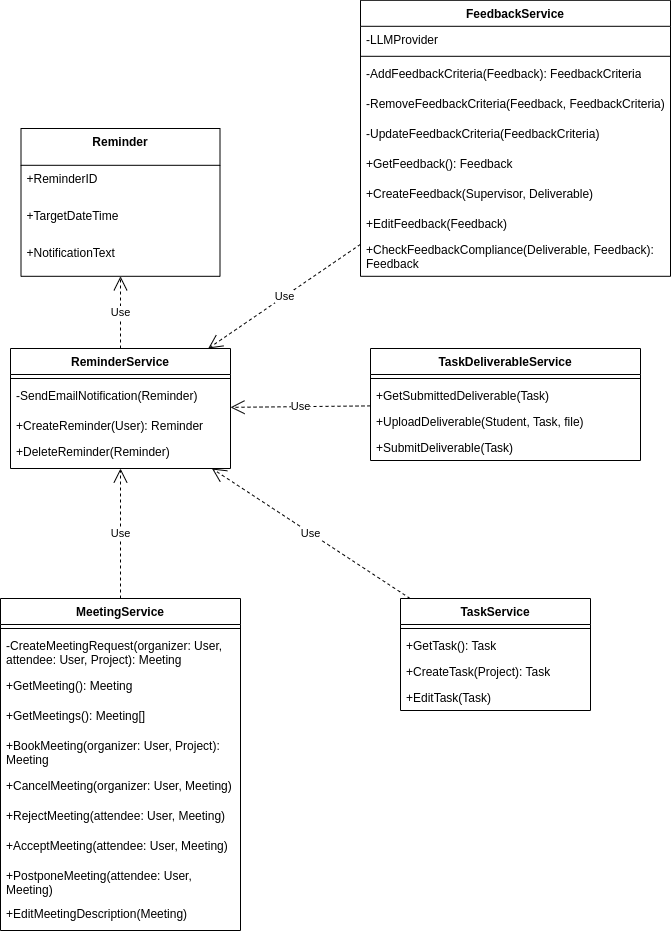
This is UML/Class Diagrams/images/ReminderService Class Diagram.drawio.png from Beginner50/Dissertation, a draw.io export, as it was before one commit. Source tidied: cells renumbered, new cells last; positions are measured from the earlier drawing's top-left corner, leaving out a move shared by most shapes.
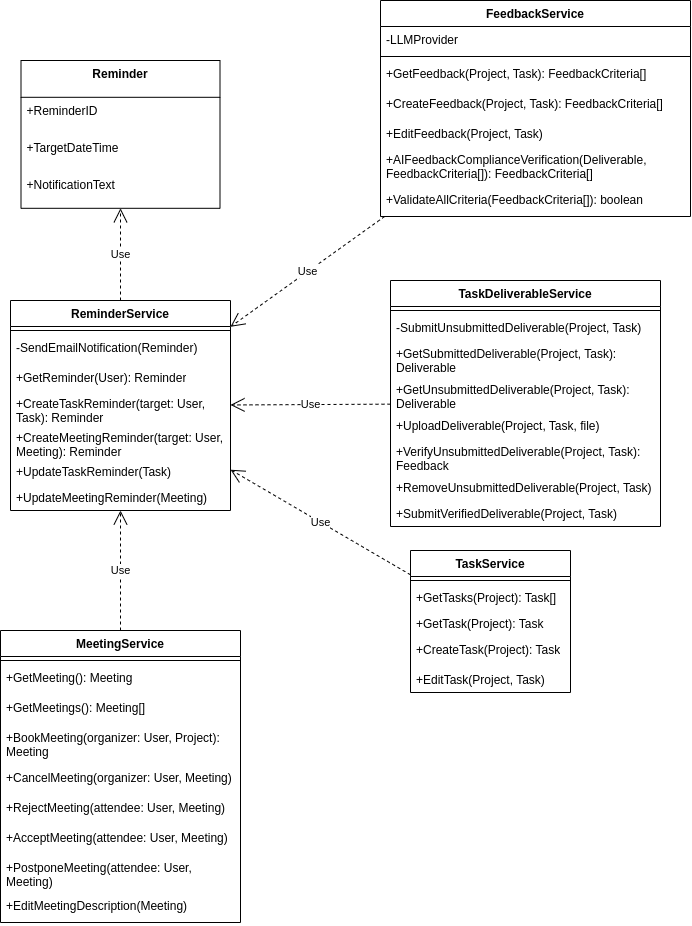
After the change.

The edit, as a diff of the source:
```diff
@@ -3,7 +3,7 @@
     <mxCell id="0" />
     <mxCell id="1" parent="0" />
     <mxCell id="2" value="Reminder" style="swimlane;fontStyle=1;align=center;verticalAlign=top;horizontal=1;startSize=36.8;" parent="1" vertex="1">
-      <mxGeometry x="20.5" y="128" width="199" height="147.8" as="geometry" />
+      <mxGeometry x="20.5" y="98" width="199" height="147.8" as="geometry" />
     </mxCell>
     <mxCell id="3" value="+ReminderID" style="text;strokeColor=none;fillColor=none;align=left;verticalAlign=top;spacingLeft=4;spacingRight=4;overflow=hidden;" parent="2" vertex="1">
       <mxGeometry y="36.8" width="199" height="37" as="geometry" />
@@ -15,7 +15,7 @@
       <mxGeometry y="110.8" width="199" height="37" as="geometry" />
     </mxCell>
     <mxCell id="6" value="ReminderService" style="swimlane;fontStyle=1;align=center;verticalAlign=top;horizontal=1;startSize=26;whiteSpace=wrap;html=1;" parent="1" vertex="1">
-      <mxGeometry x="10" y="348" width="220" height="120" as="geometry" />
+      <mxGeometry x="10" y="338" width="220" height="210" as="geometry" />
     </mxCell>
     <mxCell id="7" style="line;strokeWidth=1;fillColor=none;align=left;verticalAlign=middle;spacingTop=-1;spacingLeft=3;spacingRight=3;labelPosition=right;strokeColor=inherit;" parent="6" vertex="1">
       <mxGeometry y="26" width="220" height="8" as="geometry" />
@@ -23,119 +23,134 @@
     <mxCell id="8" value="-SendEmailNotification(Reminder)" style="text;strokeColor=none;fillColor=none;align=left;verticalAlign=top;spacingLeft=4;spacingRight=4;overflow=hidden;whiteSpace=wrap;html=1;" parent="6" vertex="1">
       <mxGeometry y="34" width="220" height="30" as="geometry" />
     </mxCell>
+    <mxCell id="47" value="+GetReminder(User): Reminder" style="text;strokeColor=none;fillColor=none;align=left;verticalAlign=top;spacingLeft=4;spacingRight=4;overflow=hidden;whiteSpace=wrap;html=1;" parent="6" vertex="1">
+      <mxGeometry y="64" width="220" height="26" as="geometry" />
+    </mxCell>
-    <mxCell id="9" value="+CreateReminder(User): Reminder" style="text;strokeColor=none;fillColor=none;align=left;verticalAlign=top;spacingLeft=4;spacingRight=4;overflow=hidden;whiteSpace=wrap;html=1;" parent="6" vertex="1">
-      <mxGeometry y="64" width="220" height="26" as="geometry" />
+    <mxCell id="9" value="+CreateTaskReminder(target: User, Task): Reminder" style="text;strokeColor=none;fillColor=none;align=left;verticalAlign=top;spacingLeft=4;spacingRight=4;overflow=hidden;whiteSpace=wrap;html=1;" parent="6" vertex="1">
+      <mxGeometry y="90" width="220" height="34" as="geometry" />
     </mxCell>
-    <mxCell id="10" value="+DeleteReminder(Reminder)" style="text;strokeColor=none;fillColor=none;align=left;verticalAlign=top;spacingLeft=4;spacingRight=4;overflow=hidden;whiteSpace=wrap;html=1;" parent="6" vertex="1">
-      <mxGeometry y="90" width="220" height="30" as="geometry" />
-    </mxCell>
+    <mxCell id="48" value="+CreateMeetingReminder(target: User, Meeting): Reminder" style="text;strokeColor=none;fillColor=none;align=left;verticalAlign=top;spacingLeft=4;spacingRight=4;overflow=hidden;whiteSpace=wrap;html=1;" parent="6" vertex="1">
+      <mxGeometry y="124" width="220" height="34" as="geometry" />
+    </mxCell>
+    <mxCell id="49" value="+UpdateTaskReminder(Task)" style="text;strokeColor=none;fillColor=none;align=left;verticalAlign=top;spacingLeft=4;spacingRight=4;overflow=hidden;whiteSpace=wrap;html=1;" parent="6" vertex="1">
+      <mxGeometry y="158" width="220" height="26" as="geometry" />
+    </mxCell>
+    <mxCell id="50" value="+UpdateMeetingReminder(Meeting)" style="text;strokeColor=none;fillColor=none;align=left;verticalAlign=top;spacingLeft=4;spacingRight=4;overflow=hidden;whiteSpace=wrap;html=1;" parent="6" vertex="1">
+      <mxGeometry y="184" width="220" height="26" as="geometry" />
+    </mxCell>
     <mxCell id="11" value="Use" style="endArrow=open;endSize=12;dashed=1;html=1;rounded=0;" parent="1" edge="1" source="6" target="2">
       <mxGeometry relative="1" as="geometry" />
     </mxCell>
     <mxCell id="12" value="Use" style="endArrow=open;endSize=12;dashed=1;html=1;rounded=0;" parent="1" edge="1" source="36" target="6">
       <mxGeometry relative="1" as="geometry" />
     </mxCell>
-    <mxCell id="13" value="TaskService" style="swimlane;fontStyle=1;align=center;verticalAlign=top;horizontal=1;startSize=26;whiteSpace=wrap;html=1;" parent="1" vertex="1">
-      <mxGeometry x="400" y="598" width="190" height="112" as="geometry" />
-    </mxCell>
-    <mxCell id="14" style="line;strokeWidth=1;fillColor=none;align=left;verticalAlign=middle;spacingTop=-1;spacingLeft=3;spacingRight=3;labelPosition=right;strokeColor=inherit;" parent="13" vertex="1">
-      <mxGeometry y="26" width="190" height="8" as="geometry" />
-    </mxCell>
-    <mxCell id="15" value="+GetTask(): Task" style="text;strokeColor=none;fillColor=none;align=left;verticalAlign=top;spacingLeft=4;spacingRight=4;overflow=hidden;whiteSpace=wrap;html=1;" parent="13" vertex="1">
-      <mxGeometry y="34" width="190" height="26" as="geometry" />
-    </mxCell>
-    <mxCell id="16" value="+CreateTask(Project): Task" style="text;strokeColor=none;fillColor=none;align=left;verticalAlign=top;spacingLeft=4;spacingRight=4;overflow=hidden;whiteSpace=wrap;html=1;" parent="13" vertex="1">
-      <mxGeometry y="60" width="190" height="26" as="geometry" />
-    </mxCell>
-    <mxCell id="17" value="+EditTask(Task)&amp;nbsp;" style="text;strokeColor=none;fillColor=none;align=left;verticalAlign=top;spacingLeft=4;spacingRight=4;overflow=hidden;whiteSpace=wrap;html=1;" parent="13" vertex="1">
-      <mxGeometry y="86" width="190" height="26" as="geometry" />
-    </mxCell>
     <mxCell id="18" value="Use" style="endArrow=open;endSize=12;dashed=1;html=1;rounded=0;" parent="1" edge="1" source="13" target="6">
       <mxGeometry relative="1" as="geometry" />
     </mxCell>
-    <mxCell id="19" value="TaskDeliverableService" style="swimlane;fontStyle=1;align=center;verticalAlign=top;horizontal=1;startSize=26;whiteSpace=wrap;html=1;" parent="1" vertex="1">
-      <mxGeometry x="370" y="348" width="270" height="112" as="geometry" />
-    </mxCell>
-    <mxCell id="20" style="line;strokeWidth=1;fillColor=none;align=left;verticalAlign=middle;spacingTop=-1;spacingLeft=3;spacingRight=3;labelPosition=right;strokeColor=inherit;" parent="19" vertex="1">
-      <mxGeometry y="26" width="270" height="8" as="geometry" />
-    </mxCell>
-    <mxCell id="21" value="+GetSubmittedDeliverable(Task)&amp;nbsp;" style="text;strokeColor=none;fillColor=none;align=left;verticalAlign=top;spacingLeft=4;spacingRight=4;overflow=hidden;whiteSpace=wrap;html=1;" parent="19" vertex="1">
-      <mxGeometry y="34" width="270" height="26" as="geometry" />
-    </mxCell>
-    <mxCell id="22" value="+UploadDeliverable(Student, Task, file)&amp;nbsp;" style="text;strokeColor=none;fillColor=none;align=left;verticalAlign=top;spacingLeft=4;spacingRight=4;overflow=hidden;whiteSpace=wrap;html=1;" parent="19" vertex="1">
-      <mxGeometry y="60" width="270" height="26" as="geometry" />
-    </mxCell>
-    <mxCell id="23" value="+SubmitDeliverable(Task)&amp;nbsp;" style="text;strokeColor=none;fillColor=none;align=left;verticalAlign=top;spacingLeft=4;spacingRight=4;overflow=hidden;whiteSpace=wrap;html=1;" parent="19" vertex="1">
-      <mxGeometry y="86" width="270" height="26" as="geometry" />
-    </mxCell>
     <mxCell id="24" value="Use" style="endArrow=open;endSize=12;dashed=1;html=1;rounded=0;" parent="1" edge="1" source="19" target="6">
       <mxGeometry relative="1" as="geometry" />
     </mxCell>
-    <mxCell id="25" value="FeedbackService" style="swimlane;fontStyle=1;align=center;verticalAlign=top;horizontal=1;startSize=26;whiteSpace=wrap;html=1;" parent="1" vertex="1">
-      <mxGeometry x="360" y="-0.2" width="310" height="276" as="geometry" />
-    </mxCell>
-    <mxCell id="26" value="-LLMProvider" style="text;strokeColor=none;fillColor=none;align=left;verticalAlign=top;spacingLeft=4;spacingRight=4;overflow=hidden;whiteSpace=wrap;html=1;" parent="25" vertex="1">
-      <mxGeometry y="26" width="310" height="26" as="geometry" />
-    </mxCell>
-    <mxCell id="27" style="line;strokeWidth=1;fillColor=none;align=left;verticalAlign=middle;spacingTop=-1;spacingLeft=3;spacingRight=3;labelPosition=right;strokeColor=inherit;" parent="25" vertex="1">
-      <mxGeometry y="52" width="310" height="8" as="geometry" />
-    </mxCell>
-    <mxCell id="28" value="-AddFeedbackCriteria(Feedback): FeedbackCriteria" style="text;strokeColor=none;fillColor=none;align=left;verticalAlign=top;spacingLeft=4;spacingRight=4;overflow=hidden;whiteSpace=wrap;html=1;" parent="25" vertex="1">
-      <mxGeometry y="60" width="310" height="30" as="geometry" />
-    </mxCell>
-    <mxCell id="29" value="-RemoveFeedbackCriteria(Feedback, FeedbackCriteria)" style="text;strokeColor=none;fillColor=none;align=left;verticalAlign=top;spacingLeft=4;spacingRight=4;overflow=hidden;whiteSpace=wrap;html=1;" parent="25" vertex="1">
-      <mxGeometry y="90" width="310" height="30" as="geometry" />
-    </mxCell>
-    <mxCell id="30" value="-UpdateFeedbackCriteria(FeedbackCriteria)" style="text;strokeColor=none;fillColor=none;align=left;verticalAlign=top;spacingLeft=4;spacingRight=4;overflow=hidden;whiteSpace=wrap;html=1;" parent="25" vertex="1">
-      <mxGeometry y="120" width="310" height="30" as="geometry" />
-    </mxCell>
-    <mxCell id="31" value="+GetFeedback(): Feedback&amp;nbsp;" style="text;strokeColor=none;fillColor=none;align=left;verticalAlign=top;spacingLeft=4;spacingRight=4;overflow=hidden;whiteSpace=wrap;html=1;" parent="25" vertex="1">
-      <mxGeometry y="150" width="310" height="30" as="geometry" />
-    </mxCell>
-    <mxCell id="32" value="+CreateFeedback(Supervisor, Deliverable)&amp;nbsp;" style="text;strokeColor=none;fillColor=none;align=left;verticalAlign=top;spacingLeft=4;spacingRight=4;overflow=hidden;whiteSpace=wrap;html=1;" parent="25" vertex="1">
-      <mxGeometry y="180" width="310" height="30" as="geometry" />
-    </mxCell>
-    <mxCell id="33" value="+EditFeedback(Feedback)" style="text;strokeColor=none;fillColor=none;align=left;verticalAlign=top;spacingLeft=4;spacingRight=4;overflow=hidden;whiteSpace=wrap;html=1;" parent="25" vertex="1">
-      <mxGeometry y="210" width="310" height="26" as="geometry" />
-    </mxCell>
-    <mxCell id="34" value="+CheckFeedbackCompliance(Deliverable, Feedback): Feedback" style="text;strokeColor=none;fillColor=none;align=left;verticalAlign=top;spacingLeft=4;spacingRight=4;overflow=hidden;whiteSpace=wrap;html=1;" parent="25" vertex="1">
-      <mxGeometry y="236" width="310" height="40" as="geometry" />
-    </mxCell>
     <mxCell id="35" value="Use" style="endArrow=open;endSize=12;dashed=1;html=1;rounded=0;" parent="1" edge="1" source="25" target="6">
       <mxGeometry relative="1" as="geometry" />
     </mxCell>
     <mxCell id="36" value="MeetingService" style="swimlane;fontStyle=1;align=center;verticalAlign=top;horizontal=1;startSize=26;whiteSpace=wrap;html=1;" parent="1" vertex="1">
-      <mxGeometry y="598" width="240" height="332" as="geometry" />
+      <mxGeometry y="668" width="240" height="292" as="geometry" />
     </mxCell>
     <mxCell id="37" style="line;strokeWidth=1;fillColor=none;align=left;verticalAlign=middle;spacingTop=-1;spacingLeft=3;spacingRight=3;labelPosition=right;strokeColor=inherit;" parent="36" vertex="1">
       <mxGeometry y="26" width="240" height="8" as="geometry" />
     </mxCell>
-    <mxCell id="38" value="-CreateMeetingRequest(organizer: User, attendee: User, Project): Meeting" style="text;strokeColor=none;fillColor=none;align=left;verticalAlign=top;spacingLeft=4;spacingRight=4;overflow=hidden;whiteSpace=wrap;html=1;" parent="36" vertex="1">
-      <mxGeometry y="34" width="240" height="40" as="geometry" />
-    </mxCell>
     <mxCell id="39" value="+GetMeeting(): Meeting" style="text;strokeColor=none;fillColor=none;align=left;verticalAlign=top;spacingLeft=4;spacingRight=4;overflow=hidden;whiteSpace=wrap;html=1;" parent="36" vertex="1">
-      <mxGeometry y="74" width="240" height="30" as="geometry" />
+      <mxGeometry y="34" width="240" height="30" as="geometry" />
     </mxCell>
     <mxCell id="40" value="+GetMeetings(): Meeting[]" style="text;strokeColor=none;fillColor=none;align=left;verticalAlign=top;spacingLeft=4;spacingRight=4;overflow=hidden;whiteSpace=wrap;html=1;" parent="36" vertex="1">
-      <mxGeometry y="104" width="240" height="30" as="geometry" />
+      <mxGeometry y="64" width="240" height="30" as="geometry" />
     </mxCell>
     <mxCell id="41" value="+BookMeeting(organizer: User, Project): Meeting" style="text;strokeColor=none;fillColor=none;align=left;verticalAlign=top;spacingLeft=4;spacingRight=4;overflow=hidden;whiteSpace=wrap;html=1;" parent="36" vertex="1">
-      <mxGeometry y="134" width="240" height="40" as="geometry" />
+      <mxGeometry y="94" width="240" height="40" as="geometry" />
     </mxCell>
     <mxCell id="42" value="+CancelMeeting(organizer: User, Meeting)" style="text;strokeColor=none;fillColor=none;align=left;verticalAlign=top;spacingLeft=4;spacingRight=4;overflow=hidden;whiteSpace=wrap;html=1;" parent="36" vertex="1">
-      <mxGeometry y="174" width="240" height="30" as="geometry" />
+      <mxGeometry y="134" width="240" height="30" as="geometry" />
     </mxCell>
     <mxCell id="43" value="+RejectMeeting(attendee: User, Meeting)" style="text;strokeColor=none;fillColor=none;align=left;verticalAlign=top;spacingLeft=4;spacingRight=4;overflow=hidden;whiteSpace=wrap;html=1;" parent="36" vertex="1">
-      <mxGeometry y="204" width="240" height="30" as="geometry" />
+      <mxGeometry y="164" width="240" height="30" as="geometry" />
     </mxCell>
     <mxCell id="44" value="+AcceptMeeting(attendee: User, Meeting)" style="text;strokeColor=none;fillColor=none;align=left;verticalAlign=top;spacingLeft=4;spacingRight=4;overflow=hidden;whiteSpace=wrap;html=1;" parent="36" vertex="1">
-      <mxGeometry y="234" width="240" height="30" as="geometry" />
+      <mxGeometry y="194" width="240" height="30" as="geometry" />
     </mxCell>
     <mxCell id="45" value="+PostponeMeeting(attendee: User, Meeting)" style="text;strokeColor=none;fillColor=none;align=left;verticalAlign=top;spacingLeft=4;spacingRight=4;overflow=hidden;whiteSpace=wrap;html=1;" parent="36" vertex="1">
-      <mxGeometry y="264" width="240" height="38" as="geometry" />
+      <mxGeometry y="224" width="240" height="38" as="geometry" />
     </mxCell>
     <mxCell id="46" value="+EditMeetingDescription(Meeting)" style="text;strokeColor=none;fillColor=none;align=left;verticalAlign=top;spacingLeft=4;spacingRight=4;overflow=hidden;whiteSpace=wrap;html=1;" parent="36" vertex="1">
-      <mxGeometry y="302" width="240" height="30" as="geometry" />
+      <mxGeometry y="262" width="240" height="30" as="geometry" />
     </mxCell>
+    <mxCell id="13" value="TaskService" style="swimlane;fontStyle=1;align=center;verticalAlign=top;horizontal=1;startSize=26;whiteSpace=wrap;html=1;" parent="1" vertex="1">
+      <mxGeometry x="410" y="588" width="160" height="142" as="geometry" />
+    </mxCell>
+    <mxCell id="51" style="line;strokeWidth=1;fillColor=none;align=left;verticalAlign=middle;spacingTop=-1;spacingLeft=3;spacingRight=3;labelPosition=right;strokeColor=inherit;" parent="13" vertex="1">
+      <mxGeometry y="26" width="160" height="8" as="geometry" />
+    </mxCell>
+    <mxCell id="52" value="+GetTasks(Project): Task[]" style="text;strokeColor=none;fillColor=none;align=left;verticalAlign=top;spacingLeft=4;spacingRight=4;overflow=hidden;whiteSpace=wrap;html=1;" parent="13" vertex="1">
+      <mxGeometry y="34" width="160" height="26" as="geometry" />
+    </mxCell>
+    <mxCell id="53" value="+GetTask(Project): Task" style="text;strokeColor=none;fillColor=none;align=left;verticalAlign=top;spacingLeft=4;spacingRight=4;overflow=hidden;whiteSpace=wrap;html=1;" parent="13" vertex="1">
+      <mxGeometry y="60" width="160" height="26" as="geometry" />
+    </mxCell>
+    <mxCell id="16" value="+CreateTask(Project): Task" style="text;strokeColor=none;fillColor=none;align=left;verticalAlign=top;spacingLeft=4;spacingRight=4;overflow=hidden;whiteSpace=wrap;html=1;" parent="13" vertex="1">
+      <mxGeometry y="86" width="160" height="30" as="geometry" />
+    </mxCell>
+    <mxCell id="54" value="+EditTask(Project, Task)&amp;nbsp;" style="text;strokeColor=none;fillColor=none;align=left;verticalAlign=top;spacingLeft=4;spacingRight=4;overflow=hidden;whiteSpace=wrap;html=1;" parent="13" vertex="1">
+      <mxGeometry y="116" width="160" height="26" as="geometry" />
+    </mxCell>
+    <mxCell id="19" value="TaskDeliverableService" style="swimlane;fontStyle=1;align=center;verticalAlign=top;horizontal=1;startSize=26;whiteSpace=wrap;html=1;" parent="1" vertex="1">
+      <mxGeometry x="390" y="318" width="270" height="246" as="geometry" />
+    </mxCell>
+    <mxCell id="20" style="line;strokeWidth=1;fillColor=none;align=left;verticalAlign=middle;spacingTop=-1;spacingLeft=3;spacingRight=3;labelPosition=right;strokeColor=inherit;" parent="19" vertex="1">
+      <mxGeometry y="26" width="270" height="8" as="geometry" />
+    </mxCell>
+    <mxCell id="55" value="-SubmitUnsubmittedDeliverable(Project, Task)&amp;nbsp;" style="text;strokeColor=none;fillColor=none;align=left;verticalAlign=top;spacingLeft=4;spacingRight=4;overflow=hidden;whiteSpace=wrap;html=1;" parent="19" vertex="1">
+      <mxGeometry y="34" width="270" height="26" as="geometry" />
+    </mxCell>
+    <mxCell id="56" value="+GetSubmittedDeliverable(Project, Task): Deliverable" style="text;strokeColor=none;fillColor=none;align=left;verticalAlign=top;spacingLeft=4;spacingRight=4;overflow=hidden;whiteSpace=wrap;html=1;" parent="19" vertex="1">
+      <mxGeometry y="60" width="270" height="36" as="geometry" />
+    </mxCell>
+    <mxCell id="57" value="+GetUnsubmittedDeliverable(Project, Task): Deliverable" style="text;strokeColor=none;fillColor=none;align=left;verticalAlign=top;spacingLeft=4;spacingRight=4;overflow=hidden;whiteSpace=wrap;html=1;" parent="19" vertex="1">
+      <mxGeometry y="96" width="270" height="36" as="geometry" />
+    </mxCell>
+    <mxCell id="58" value="+UploadDeliverable(Project, Task, file)&amp;nbsp;" style="text;strokeColor=none;fillColor=none;align=left;verticalAlign=top;spacingLeft=4;spacingRight=4;overflow=hidden;whiteSpace=wrap;html=1;" parent="19" vertex="1">
+      <mxGeometry y="132" width="270" height="26" as="geometry" />
+    </mxCell>
+    <mxCell id="59" value="+VerifyUnsubmittedDeliverable(Project, Task): Feedback" style="text;strokeColor=none;fillColor=none;align=left;verticalAlign=top;spacingLeft=4;spacingRight=4;overflow=hidden;whiteSpace=wrap;html=1;" parent="19" vertex="1">
+      <mxGeometry y="158" width="270" height="36" as="geometry" />
+    </mxCell>
+    <mxCell id="60" value="+RemoveUnsubmittedDeliverable(Project, Task)&amp;nbsp;" style="text;strokeColor=none;fillColor=none;align=left;verticalAlign=top;spacingLeft=4;spacingRight=4;overflow=hidden;whiteSpace=wrap;html=1;" parent="19" vertex="1">
+      <mxGeometry y="194" width="270" height="26" as="geometry" />
+    </mxCell>
+    <mxCell id="61" value="+SubmitVerifiedDeliverable(Project, Task)&amp;nbsp;" style="text;strokeColor=none;fillColor=none;align=left;verticalAlign=top;spacingLeft=4;spacingRight=4;overflow=hidden;whiteSpace=wrap;html=1;" parent="19" vertex="1">
+      <mxGeometry y="220" width="270" height="26" as="geometry" />
+    </mxCell>
+    <mxCell id="25" value="FeedbackService" style="swimlane;fontStyle=1;align=center;verticalAlign=top;horizontal=1;startSize=26;whiteSpace=wrap;html=1;" parent="1" vertex="1">
+      <mxGeometry x="380" y="38" width="310" height="216" as="geometry" />
+    </mxCell>
+    <mxCell id="26" value="-LLMProvider" style="text;strokeColor=none;fillColor=none;align=left;verticalAlign=top;spacingLeft=4;spacingRight=4;overflow=hidden;whiteSpace=wrap;html=1;" parent="25" vertex="1">
+      <mxGeometry y="26" width="310" height="26" as="geometry" />
+    </mxCell>
+    <mxCell id="27" style="line;strokeWidth=1;fillColor=none;align=left;verticalAlign=middle;spacingTop=-1;spacingLeft=3;spacingRight=3;labelPosition=right;strokeColor=inherit;" parent="25" vertex="1">
+      <mxGeometry y="52" width="310" height="8" as="geometry" />
+    </mxCell>
+    <mxCell id="62" value="+GetFeedback(Project, Task): FeedbackCriteria[]" style="text;strokeColor=none;fillColor=none;align=left;verticalAlign=top;spacingLeft=4;spacingRight=4;overflow=hidden;whiteSpace=wrap;html=1;" parent="25" vertex="1">
+      <mxGeometry y="60" width="310" height="30" as="geometry" />
+    </mxCell>
+    <mxCell id="63" value="+CreateFeedback(Project, Task): FeedbackCriteria[]" style="text;strokeColor=none;fillColor=none;align=left;verticalAlign=top;spacingLeft=4;spacingRight=4;overflow=hidden;whiteSpace=wrap;html=1;" parent="25" vertex="1">
+      <mxGeometry y="90" width="310" height="30" as="geometry" />
+    </mxCell>
+    <mxCell id="64" value="+EditFeedback(Project, Task)" style="text;strokeColor=none;fillColor=none;align=left;verticalAlign=top;spacingLeft=4;spacingRight=4;overflow=hidden;whiteSpace=wrap;html=1;" parent="25" vertex="1">
+      <mxGeometry y="120" width="310" height="26" as="geometry" />
+    </mxCell>
+    <mxCell id="65" value="+AIFeedbackComplianceVerification(Deliverable, FeedbackCriteria[]): FeedbackCriteria[]" style="text;strokeColor=none;fillColor=none;align=left;verticalAlign=top;spacingLeft=4;spacingRight=4;overflow=hidden;whiteSpace=wrap;html=1;" parent="25" vertex="1">
+      <mxGeometry y="146" width="310" height="40" as="geometry" />
+    </mxCell>
+    <mxCell id="66" value="+ValidateAllCriteria(FeedbackCriteria[]): boolean&amp;nbsp;" style="text;strokeColor=none;fillColor=none;align=left;verticalAlign=top;spacingLeft=4;spacingRight=4;overflow=hidden;whiteSpace=wrap;html=1;" parent="25" vertex="1">
+      <mxGeometry y="186" width="310" height="30" as="geometry" />
+    </mxCell>
   </root>
 </mxGraphModel>
```
